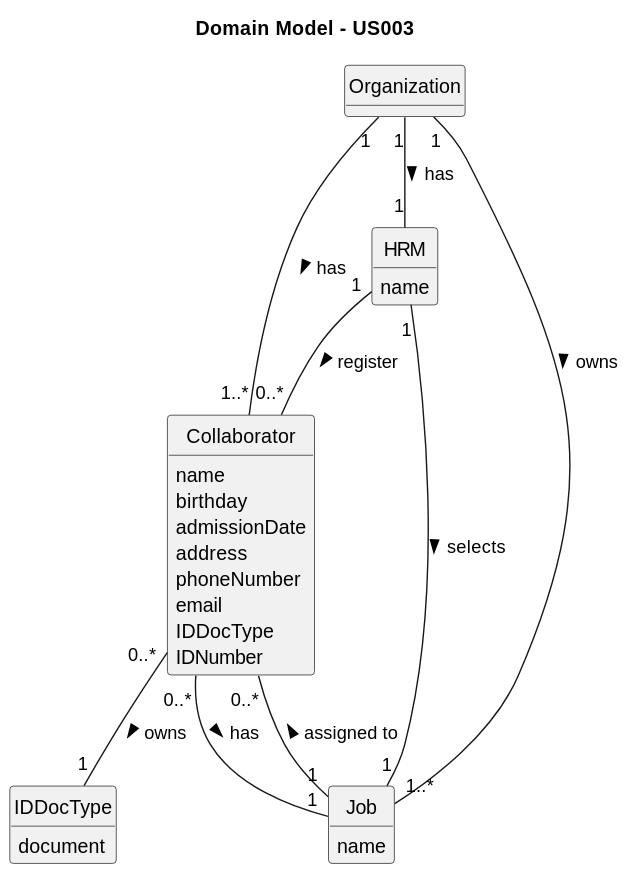
This is docs/sprintA/us003/02.analysis/svg/us003-domain-model.svg from daniel41silva05/ISEP_2023_2024_LAPR2, a PlantUML export, as it was before one commit.
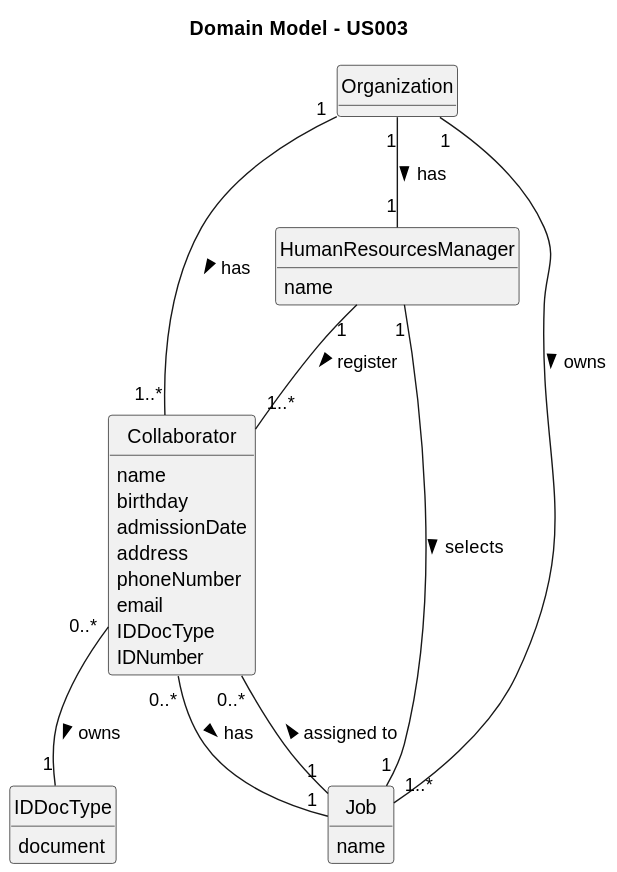
Later version of the same file.

Diff of the diagram source:
```diff
@@ -24,7 +24,7 @@
     IDNumber
 }
 
-class HRM {
+class HumanResourcesManager {
     name
 }
 
@@ -36,12 +36,12 @@
     document
 }
 
-Organization "1" -- "1" HRM : has >
+Organization "1" -- "1" HumanResourcesManager : has >
 Organization "1" -- "1..*" Collaborator : has >
 Organization "1" -- "1..*" Job : owns >
-HRM "1" -- "1" Job : selects  >
+HumanResourcesManager "1" -- "1" Job : selects  >
 Job "1" -- "0..*" Collaborator : assigned to >
-HRM "1" -- "0..*" Collaborator : register >
+HumanResourcesManager "1" -- "1..*" Collaborator : register >
 Collaborator "0..*" -- "1" IDDocType : owns >
 Collaborator "0..*" -- "1" Job : has >
 @enduml
```
